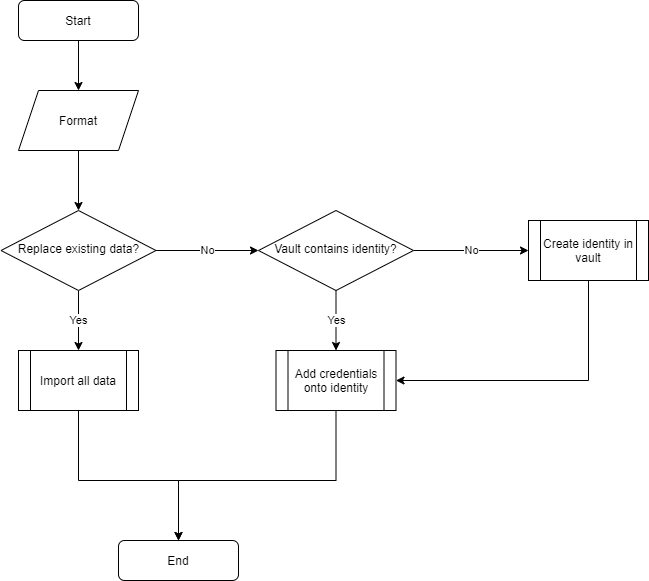
The draw.io diagram Designs/Diagrams/vIDsafe backend diagrams-Importing data.png in 000xE/vIDsafe, before a commit. Source tidied: cells renumbered, new cells last; positions are measured from the earlier drawing's top-left corner, leaving out a move shared by most shapes.
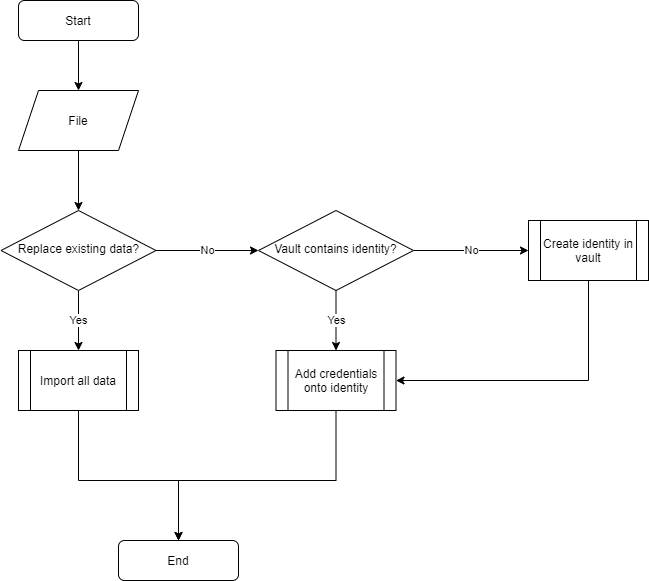
After the commit.

The edit, as a diff of the source:
```diff
@@ -14,7 +14,7 @@
     <mxCell id="5" style="edgeStyle=orthogonalEdgeStyle;rounded=0;jettySize=auto;html=1;entryX=0.5;entryY=0;entryDx=0;entryDy=0;" parent="1" edge="1" source="6" target="9">
       <mxGeometry relative="1" as="geometry" />
     </mxCell>
-    <mxCell id="6" value="Format" style="shape=parallelogram;perimeter=parallelogramPerimeter;whiteSpace=wrap;html=1;fixedSize=1;" parent="1" vertex="1">
+    <mxCell id="6" value="File" style="shape=parallelogram;perimeter=parallelogramPerimeter;whiteSpace=wrap;html=1;fixedSize=1;" parent="1" vertex="1">
       <mxGeometry x="18" y="90" width="120" height="60" as="geometry" />
     </mxCell>
     <mxCell id="7" value="Yes" style="edgeStyle=orthogonalEdgeStyle;rounded=0;jettySize=auto;html=1;exitX=0.5;exitY=1;exitDx=0;exitDy=0;entryX=0.5;entryY=0;entryDx=0;entryDy=0;" parent="1" edge="1" source="9" target="11">
```
